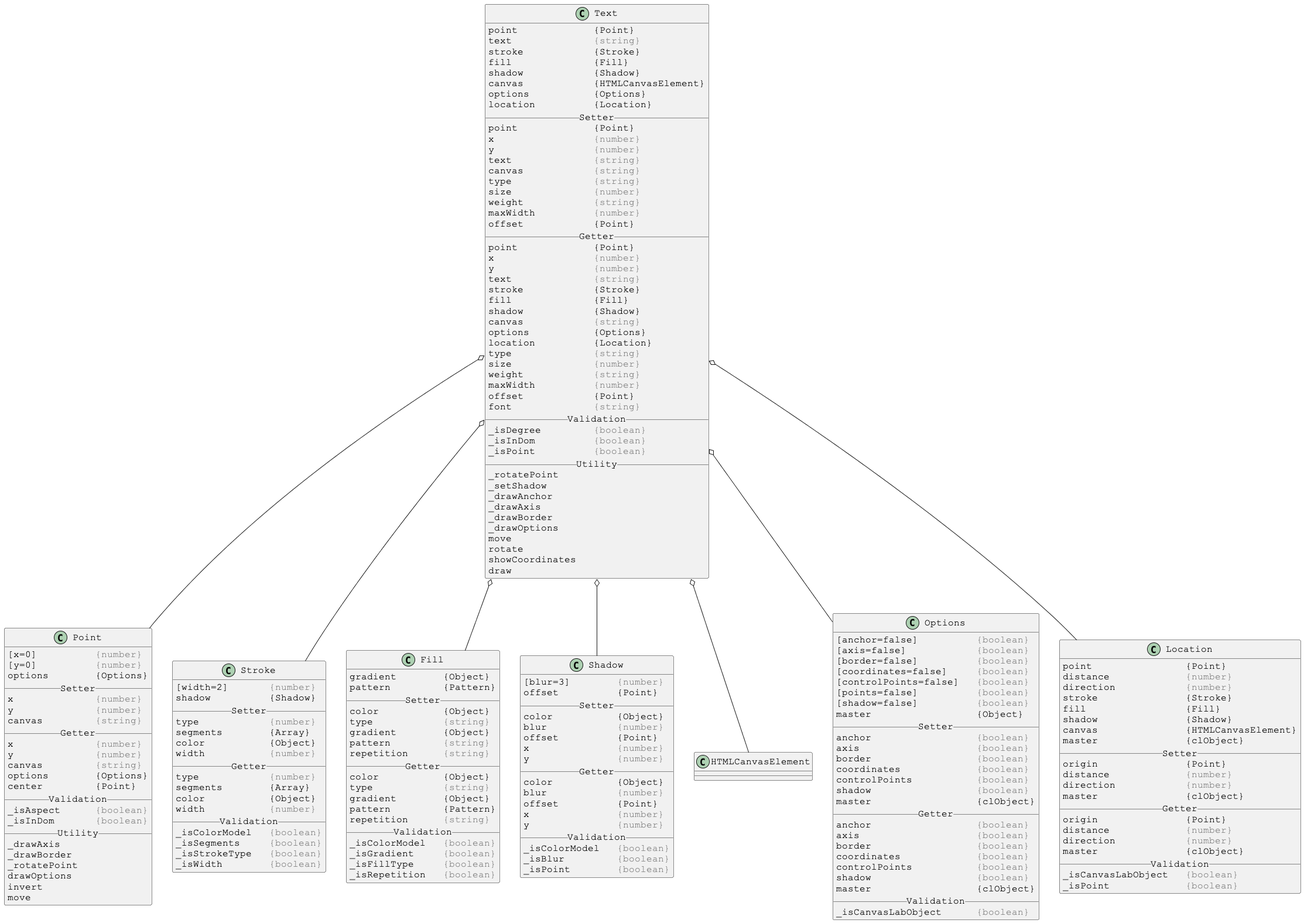
Before: docs/PlantUml/image/linked/Text-linked.png, a diagram exported from PlantUML (Justin-Byrne/canvasLab).
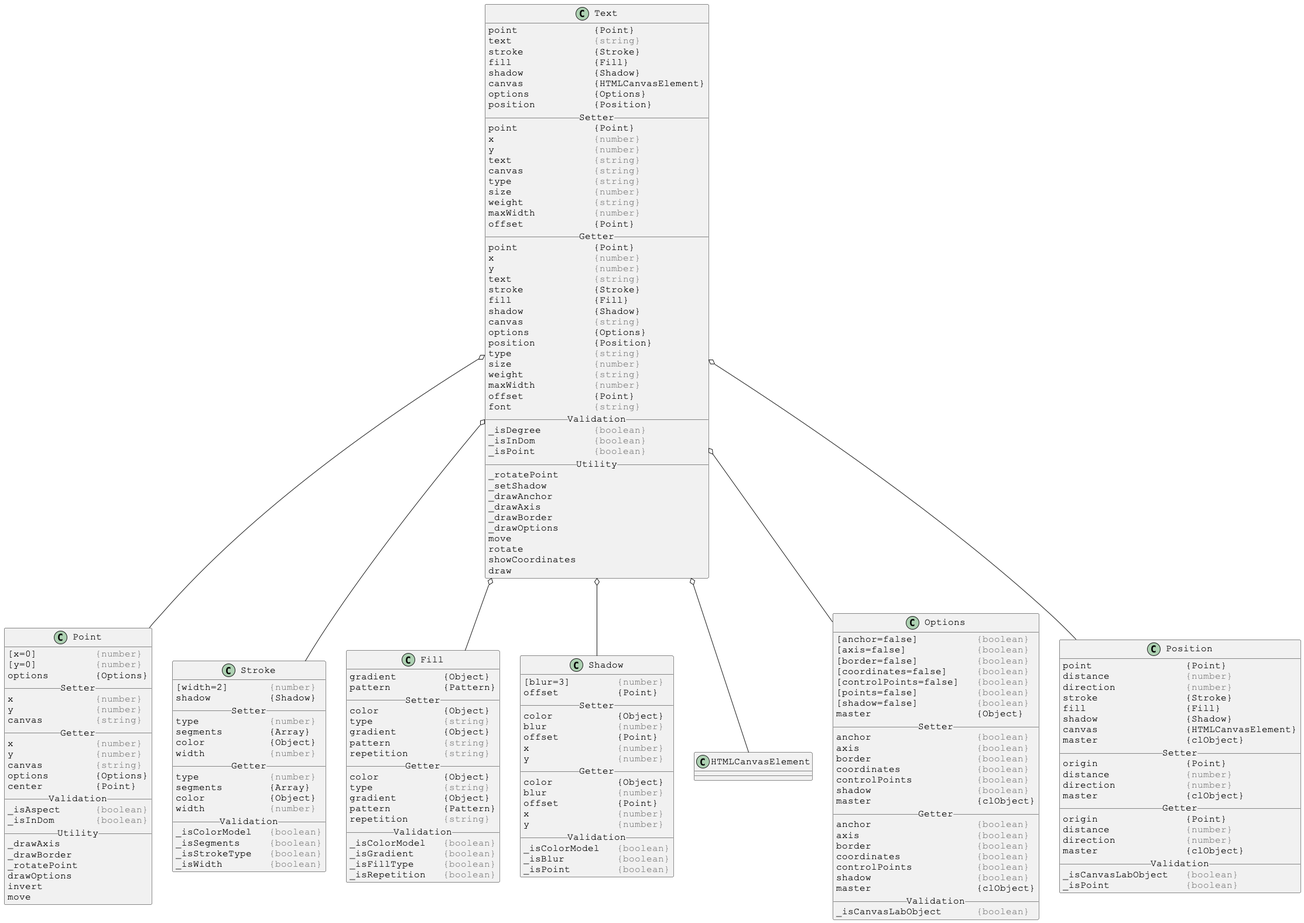
After the change.

The edit, as a diff of the source:
```diff
@@ -11,7 +11,7 @@
 shadow            {Shadow}
 canvas            {HTMLCanvasElement}
 options           {Options}
-location          {Location}
+position          {Position}
 __ Setter __
 point             {Point}
 x                 <color:gray>{number}</color>
@@ -33,7 +33,7 @@
 shadow            {Shadow}
 canvas            <color:gray>{string}</color>
 options           {Options}
-location          {Location}
+position          {Position}
 type              <color:gray>{string}</color>
 size              <color:gray>{number}</color>
 weight            <color:gray>{string}</color>
@@ -63,7 +63,7 @@
 Text o-- Shadow
 Text o-- HTMLCanvasElement
 Text o-- Options
-Text o-- Location
+Text o-- Position
 
 
 
@@ -213,7 +213,7 @@
 skinparam DefaultFontSize 16
 skinparam DefaultFontName Courier New
 
-class Location {
+class Position {
 point                {Point}
 distance             <color:gray>{number}</color>
 direction            <color:gray>{number}</color>
```
